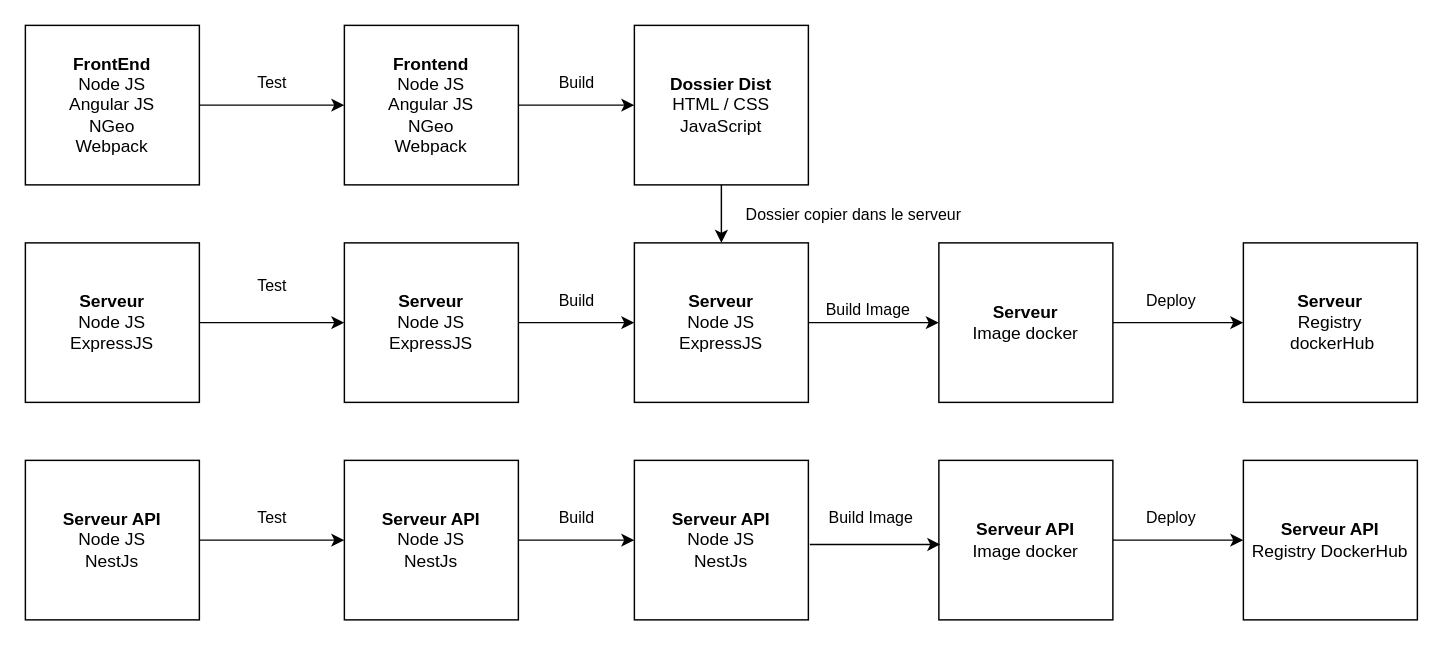
The draw.io diagram 01_doc/Rapport-TB/assets/figures/pipeline.drawio in heig-vd-tin/plan-heigvd, before the edit. Source tidied: cells renumbered, new cells numbered last; positions are measured from the earlier drawing's top-left corner, leaving out a move shared by most shapes. Both pictures are drawn from the tidied source at 145%, with x=0, y=0 at pixel (25, 25).
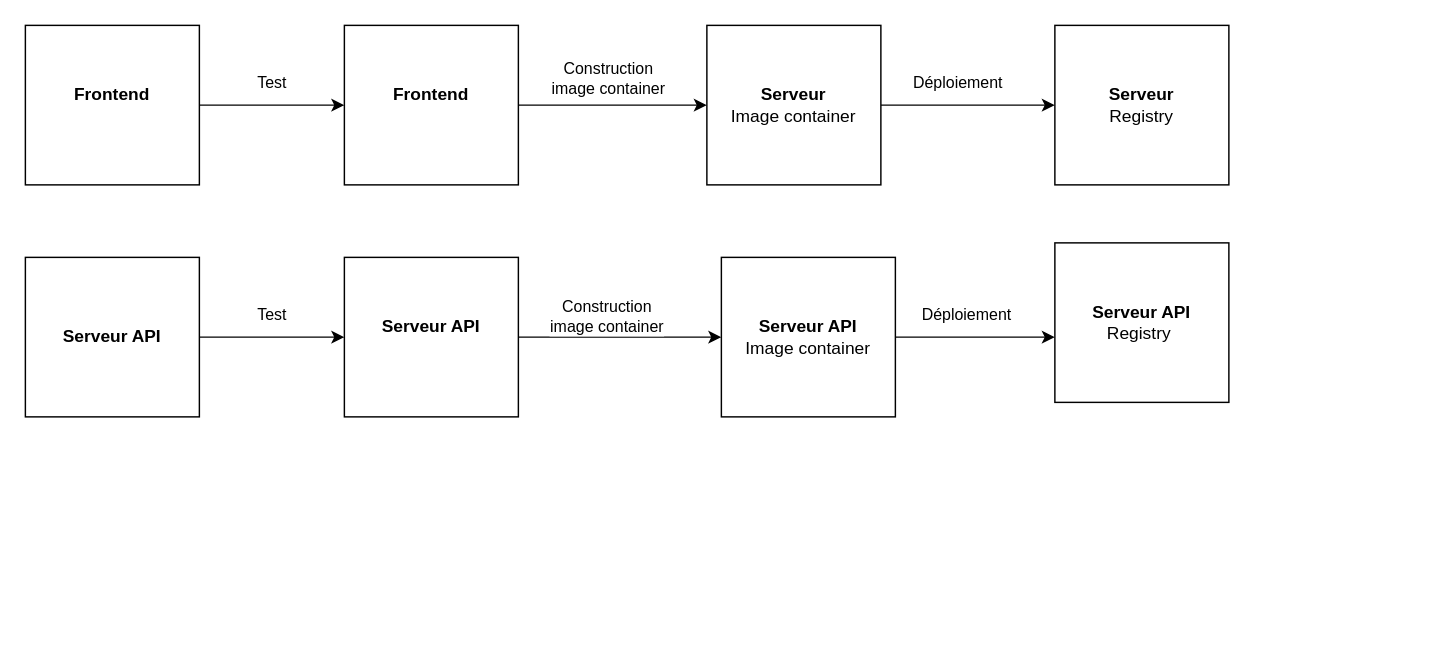
The same diagram, later.

Diff of the diagram source:
```diff
@@
-    <mxCell id="3" value="&lt;div&gt;&lt;b&gt;FrontEnd&lt;/b&gt;&lt;/div&gt;&lt;div&gt;Node JS&lt;b&gt;&lt;br&gt;&lt;/b&gt;&lt;/div&gt;&lt;div&gt;Angular JS&lt;/div&gt;&lt;div&gt;NGeo&lt;/div&gt;&lt;div&gt;Webpack&lt;br&gt;&lt;/div&gt;" style="rounded=0;whiteSpace=wrap;html=1;" parent="1" vertex="1">
+    <mxCell id="3" value="&lt;div&gt;&lt;b&gt;Frontend&lt;/b&gt;&lt;/div&gt;&lt;div&gt;&lt;br&gt;&lt;/div&gt;" style="rounded=0;whiteSpace=wrap;html=1;" parent="1" vertex="1">
       <mxGeometry width="120" height="110" as="geometry" />
     </mxCell>
-    <mxCell id="4" value="Test" style="edgeStyle=orthogonalEdgeStyle;rounded=0;jettySize=auto;html=1;entryX=0;entryY=0.5;entryDx=0;entryDy=0;" parent="1" edge="1" source="5" target="19">
-      <mxGeometry y="25" relative="1" as="geometry" />
-    </mxCell>
-    <mxCell id="5" value="&lt;div&gt;&lt;b&gt;Serveur&lt;/b&gt;&lt;/div&gt;&lt;div&gt;Node JS&lt;/div&gt;&lt;div&gt;ExpressJS&lt;br&gt;&lt;b&gt;&lt;/b&gt;&lt;/div&gt;" style="rounded=0;whiteSpace=wrap;html=1;" parent="1" vertex="1">
-      <mxGeometry y="150" width="120" height="110" as="geometry" />
-    </mxCell>
@@
-    <mxCell id="7" value="&lt;div&gt;&lt;b&gt;Serveur API&lt;br&gt;&lt;/b&gt;&lt;/div&gt;&lt;div&gt;Node JS&lt;/div&gt;&lt;div&gt;NestJs&lt;br&gt;&lt;b&gt;&lt;/b&gt;&lt;/div&gt;" style="rounded=0;whiteSpace=wrap;html=1;" parent="1" vertex="1">
-      <mxGeometry y="300" width="120" height="110" as="geometry" />
+    <mxCell id="7" value="&lt;div&gt;&lt;b&gt;Serveur API&lt;/b&gt;&lt;/div&gt;&lt;div&gt;&lt;b&gt;&lt;/b&gt;&lt;/div&gt;" style="rounded=0;whiteSpace=wrap;html=1;" parent="1" vertex="1">
+      <mxGeometry y="160" width="120" height="110" as="geometry" />
     </mxCell>
-    <mxCell id="8" style="edgeStyle=orthogonalEdgeStyle;rounded=0;jettySize=auto;html=1;" parent="1" edge="1" source="10" target="13">
-      <mxGeometry relative="1" as="geometry" />
-    </mxCell>
-    <mxCell id="9" value="Dossier copier dans le serveur" style="edgeLabel;html=1;align=center;verticalAlign=middle;" parent="8" vertex="1">
-      <mxGeometry x="-0.2" y="-2" relative="1" as="geometry">
-        <mxPoint x="92" y="4" as="offset" />
-      </mxGeometry>
-    </mxCell>
-    <mxCell id="10" value="&lt;div&gt;&lt;b&gt;Dossier Dist&lt;/b&gt;&lt;/div&gt;&lt;div&gt;HTML / CSS&lt;br&gt;&lt;/div&gt;&lt;div&gt;JavaScript&lt;/div&gt;" style="rounded=0;whiteSpace=wrap;html=1;" parent="1" vertex="1">
-      <mxGeometry x="420" width="120" height="110" as="geometry" />
-    </mxCell>
-    <mxCell id="11" style="edgeStyle=orthogonalEdgeStyle;rounded=0;jettySize=auto;html=1;entryX=0;entryY=0.5;entryDx=0;entryDy=0;" parent="1" edge="1" source="13" target="15">
+    <mxCell id="11" style="edgeStyle=orthogonalEdgeStyle;rounded=0;jettySize=auto;html=1;entryX=0;entryY=0.5;entryDx=0;entryDy=0;exitX=1;exitY=0.5;exitDx=0;exitDy=0;" parent="1" edge="1" source="21" target="15">
       <mxGeometry relative="1" as="geometry" />
     </mxCell>
-    <mxCell id="12" value="Build Image" style="edgeLabel;html=1;align=center;verticalAlign=middle;" parent="11" vertex="1">
+    <mxCell id="12" value="Construction &lt;br&gt;image container" style="edgeLabel;html=1;align=center;verticalAlign=middle;" parent="11" vertex="1">
       <mxGeometry x="-0.14" y="-1" relative="1" as="geometry">
-        <mxPoint x="1" y="-11" as="offset" />
+        <mxPoint x="5" y="-20" as="offset" />
       </mxGeometry>
     </mxCell>
-    <mxCell id="13" value="&lt;div&gt;&lt;b&gt;Serveur&lt;/b&gt;&lt;/div&gt;&lt;div&gt;Node JS&lt;/div&gt;&lt;div&gt;ExpressJS&lt;br&gt;&lt;b&gt;&lt;/b&gt;&lt;/div&gt;" style="rounded=0;whiteSpace=wrap;html=1;" parent="1" vertex="1">
-      <mxGeometry x="420" y="150" width="120" height="110" as="geometry" />
-    </mxCell>
-    <mxCell id="14" value="Deploy" style="edgeStyle=orthogonalEdgeStyle;rounded=0;jettySize=auto;html=1;entryX=0;entryY=0.5;entryDx=0;entryDy=0;" parent="1" edge="1" source="15" target="23">
+    <mxCell id="14" value="Déploiement" style="edgeStyle=orthogonalEdgeStyle;rounded=0;jettySize=auto;html=1;entryX=0;entryY=0.5;entryDx=0;entryDy=0;" parent="1" edge="1" source="15" target="23">
       <mxGeometry x="-0.11" y="15" relative="1" as="geometry" />
     </mxCell>
-    <mxCell id="15" value="&lt;div&gt;&lt;b&gt;Serveur&lt;/b&gt;&lt;/div&gt;&lt;div&gt;Image docker&lt;br&gt;&lt;b&gt;&lt;/b&gt;&lt;/div&gt;" style="rounded=0;whiteSpace=wrap;html=1;" parent="1" vertex="1">
-      <mxGeometry x="630" y="150" width="120" height="110" as="geometry" />
+    <mxCell id="15" value="&lt;div&gt;&lt;b&gt;Serveur&lt;/b&gt;&lt;/div&gt;&lt;div&gt;Image container&lt;br&gt;&lt;b&gt;&lt;/b&gt;&lt;/div&gt;" style="rounded=0;whiteSpace=wrap;html=1;" parent="1" vertex="1">
+      <mxGeometry x="470" width="120" height="110" as="geometry" />
     </mxCell>
-    <mxCell id="16" value="Deploy" style="edgeStyle=orthogonalEdgeStyle;rounded=0;jettySize=auto;html=1;" parent="1" edge="1" source="17" target="22">
-      <mxGeometry x="-0.11" y="15" relative="1" as="geometry" />
+    <mxCell id="16" value="Déploiement" style="edgeStyle=orthogonalEdgeStyle;rounded=0;jettySize=auto;html=1;" parent="1" edge="1" source="17" target="22">
+      <mxGeometry x="-0.11" y="15" relative="1" as="geometry">
+        <Array as="points">
+          <mxPoint x="680" y="215" />
+          <mxPoint x="680" y="215" />
+        </Array>
+      </mxGeometry>
     </mxCell>
-    <mxCell id="17" value="&lt;div&gt;&lt;b&gt;Serveur API&lt;br&gt;&lt;/b&gt;&lt;/div&gt;&lt;div&gt;Image docker&lt;br&gt;&lt;/div&gt;" style="rounded=0;whiteSpace=wrap;html=1;" parent="1" vertex="1">
-      <mxGeometry x="630" y="300" width="120" height="110" as="geometry" />
+    <mxCell id="17" value="&lt;div&gt;&lt;b&gt;Serveur API&lt;br&gt;&lt;/b&gt;&lt;/div&gt;&lt;div&gt;Image container&lt;br&gt;&lt;/div&gt;" style="rounded=0;whiteSpace=wrap;html=1;" parent="1" vertex="1">
+      <mxGeometry x="480" y="160" width="120" height="110" as="geometry" />
     </mxCell>
-    <mxCell id="18" value="Build" style="edgeStyle=orthogonalEdgeStyle;rounded=0;jettySize=auto;html=1;entryX=0;entryY=0.5;entryDx=0;entryDy=0;" parent="1" edge="1" source="19" target="13">
-      <mxGeometry y="15" relative="1" as="geometry" />
-    </mxCell>
-    <mxCell id="19" value="&lt;div&gt;&lt;b&gt;Serveur&lt;/b&gt;&lt;/div&gt;&lt;div&gt;Node JS&lt;/div&gt;&lt;div&gt;ExpressJS&lt;br&gt;&lt;b&gt;&lt;/b&gt;&lt;/div&gt;" style="rounded=0;whiteSpace=wrap;html=1;" parent="1" vertex="1">
-      <mxGeometry x="220" y="150" width="120" height="110" as="geometry" />
-    </mxCell>
-    <mxCell id="20" value="Build" style="edgeStyle=orthogonalEdgeStyle;rounded=0;jettySize=auto;html=1;entryX=0;entryY=0.5;entryDx=0;entryDy=0;" parent="1" edge="1" source="21" target="10">
-      <mxGeometry y="15" relative="1" as="geometry" />
-    </mxCell>
-    <mxCell id="21" value="&lt;div&gt;&lt;b&gt;Frontend&lt;br&gt;&lt;/b&gt;&lt;/div&gt;&lt;div&gt;Node JS&lt;b&gt;&lt;br&gt;&lt;/b&gt;&lt;/div&gt;&lt;div&gt;Angular JS&lt;/div&gt;&lt;div&gt;NGeo&lt;/div&gt;Webpack" style="rounded=0;whiteSpace=wrap;html=1;" parent="1" vertex="1">
+    <mxCell id="21" value="&lt;div&gt;&lt;b&gt;Frontend&lt;/b&gt;&lt;/div&gt;&lt;div&gt;&lt;br&gt;&lt;/div&gt;" style="rounded=0;whiteSpace=wrap;html=1;" parent="1" vertex="1">
       <mxGeometry x="220" width="120" height="110" as="geometry" />
     </mxCell>
-    <mxCell id="22" value="&lt;div&gt;&lt;b&gt;Serveur API&lt;br&gt;&lt;/b&gt;&lt;/div&gt;&lt;div&gt;Registry DockerHub&lt;br&gt;&lt;/div&gt;" style="rounded=0;whiteSpace=wrap;html=1;" parent="1" vertex="1">
-      <mxGeometry x="840" y="300" width="120" height="110" as="geometry" />
+    <mxCell id="22" value="&lt;div&gt;&lt;b&gt;Serveur API&lt;br&gt;&lt;/b&gt;&lt;/div&gt;&lt;div&gt;Registry&amp;nbsp;&lt;br&gt;&lt;/div&gt;" style="rounded=0;whiteSpace=wrap;html=1;" parent="1" vertex="1">
+      <mxGeometry x="710" y="150" width="120" height="110" as="geometry" />
     </mxCell>
-    <mxCell id="23" value="&lt;div&gt;&lt;b&gt;Serveur&lt;/b&gt;&lt;/div&gt;&lt;div&gt;Registry&lt;br&gt;&lt;/div&gt;&amp;nbsp;dockerHub" style="rounded=0;whiteSpace=wrap;html=1;" parent="1" vertex="1">
-      <mxGeometry x="840" y="150" width="120" height="110" as="geometry" />
+    <mxCell id="23" value="&lt;div&gt;&lt;b&gt;Serveur&lt;/b&gt;&lt;/div&gt;&lt;div&gt;Registry&lt;/div&gt;" style="rounded=0;whiteSpace=wrap;html=1;" parent="1" vertex="1">
+      <mxGeometry x="710" width="120" height="110" as="geometry" />
     </mxCell>
-    <mxCell id="24" value="Build" style="edgeStyle=orthogonalEdgeStyle;rounded=0;jettySize=auto;html=1;" parent="1" edge="1" source="25" target="27">
-      <mxGeometry y="15" relative="1" as="geometry" />
-    </mxCell>
+    <mxCell id="28" style="edgeStyle=none;html=1;entryX=0;entryY=0.5;entryDx=0;entryDy=0;" parent="1" edge="1" source="25" target="17">
+      <mxGeometry relative="1" as="geometry" />
+    </mxCell>
+    <mxCell id="29" value="Construction&lt;br&gt;image container" style="edgeLabel;html=1;align=center;verticalAlign=middle;" parent="28" vertex="1">
+      <mxGeometry x="-0.22" y="2" relative="1" as="geometry">
+        <mxPoint x="5" y="-13" as="offset" />
+      </mxGeometry>
+    </mxCell>
-    <mxCell id="25" value="&lt;div&gt;&lt;b&gt;Serveur API&lt;br&gt;&lt;/b&gt;&lt;/div&gt;&lt;div&gt;Node JS&lt;/div&gt;&lt;div&gt;NestJs&lt;br&gt;&lt;b&gt;&lt;/b&gt;&lt;/div&gt;" style="rounded=0;whiteSpace=wrap;html=1;" parent="1" vertex="1">
-      <mxGeometry x="220" y="300" width="120" height="110" as="geometry" />
+    <mxCell id="25" value="&lt;div&gt;&lt;b&gt;Serveur API&lt;br&gt;&lt;/b&gt;&lt;/div&gt;&lt;div&gt;&lt;br&gt;&lt;/div&gt;&lt;div&gt;&lt;b&gt;&lt;/b&gt;&lt;/div&gt;" style="rounded=0;whiteSpace=wrap;html=1;" parent="1" vertex="1">
+      <mxGeometry x="220" y="160" width="120" height="110" as="geometry" />
     </mxCell>
-    <mxCell id="26" value="Build Image" style="edgeStyle=orthogonalEdgeStyle;rounded=0;orthogonalLoop=1;jettySize=auto;html=1;entryX=0;entryY=0.5;entryDx=0;entryDy=0;" parent="1" edge="1">
-      <mxGeometry x="-0.07" y="18" relative="1" as="geometry">
-        <mxPoint x="541" y="358" as="sourcePoint" />
-        <mxPoint x="631" y="358" as="targetPoint" />
-      </mxGeometry>
-    </mxCell>
-    <mxCell id="27" value="&lt;div&gt;&lt;b&gt;Serveur API&lt;br&gt;&lt;/b&gt;&lt;/div&gt;&lt;div&gt;Node JS&lt;/div&gt;&lt;div&gt;NestJs&lt;br&gt;&lt;b&gt;&lt;/b&gt;&lt;/div&gt;" style="rounded=0;whiteSpace=wrap;html=1;" parent="1" vertex="1">
-      <mxGeometry x="420" y="300" width="120" height="110" as="geometry" />
-    </mxCell>
```
